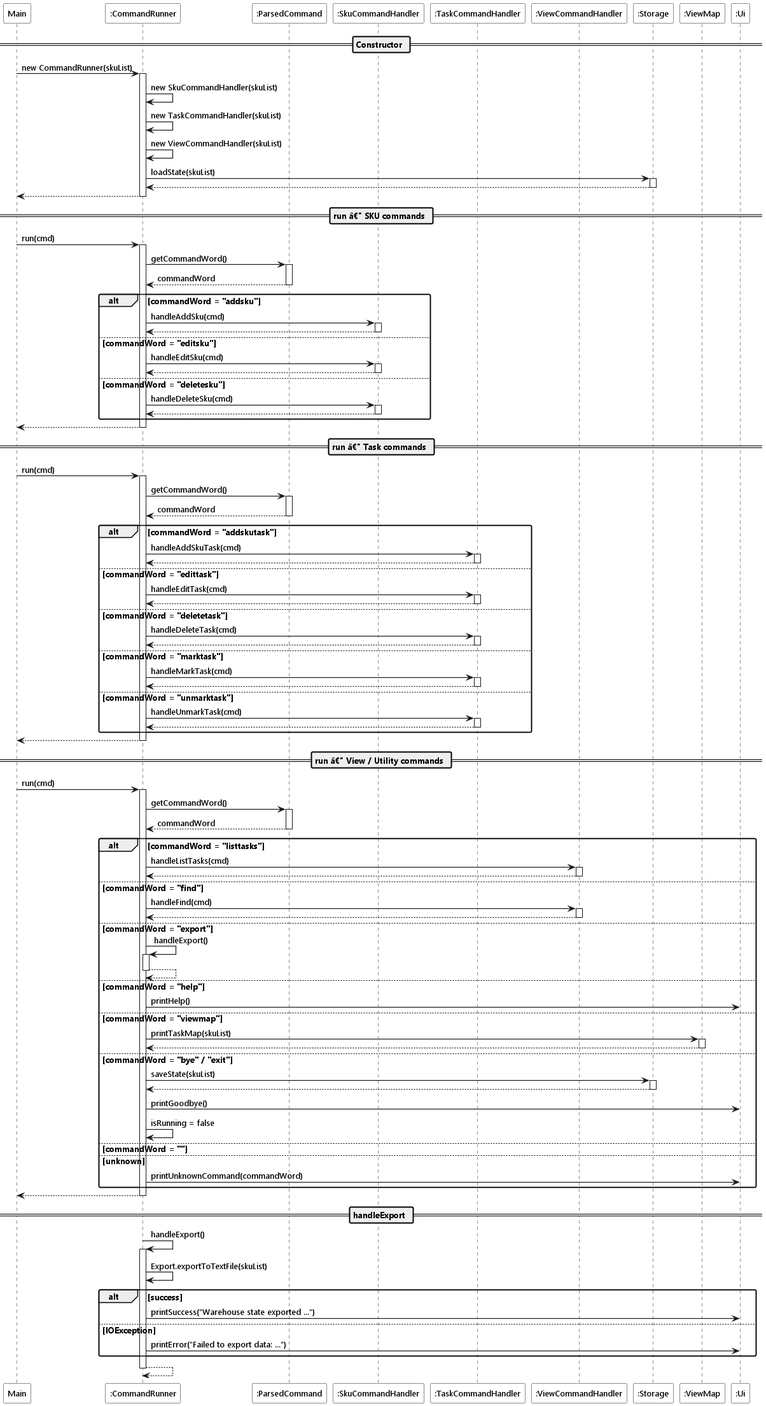
This is docs/diagrams/command/commandRunnerSequence.png from heehaw1234/tp, a PlantUML export, as it was before one commit.
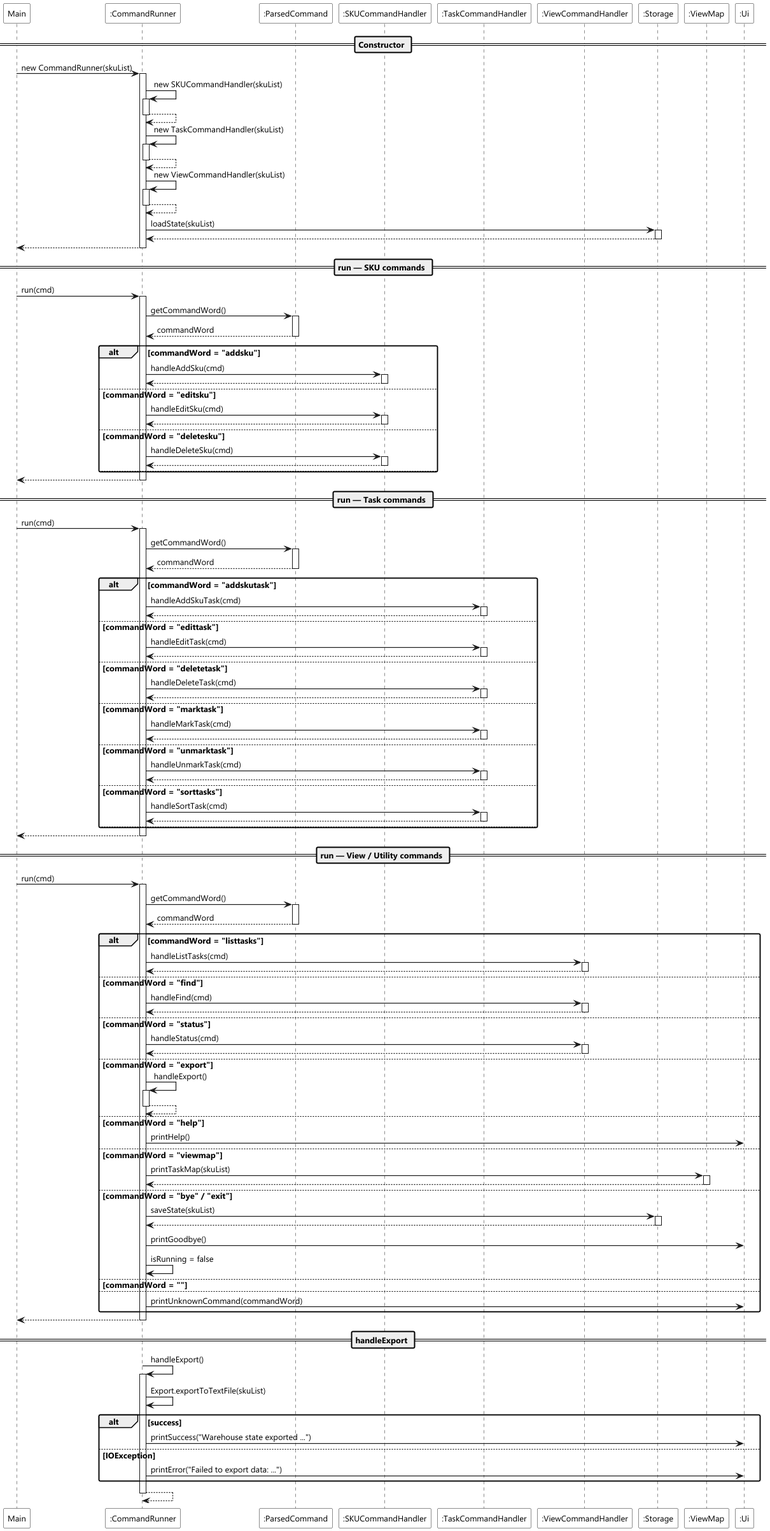
The same file after the commit.

Diff of the diagram source:
```diff
@@ -4,7 +4,7 @@
 Participant "Main" as main LOGIC_COLOR
 Participant ":CommandRunner" as runner LOGIC_COLOR
 Participant ":ParsedCommand" as cmd LOGIC_COLOR_T1
-Participant ":SkuCommandHandler" as skuHandler LOGIC_COLOR_T2
+Participant ":SKUCommandHandler" as skuHandler LOGIC_COLOR_T2
 Participant ":TaskCommandHandler" as taskHandler LOGIC_COLOR_T2
 Participant ":ViewCommandHandler" as viewHandler LOGIC_COLOR_T2
 Participant ":Storage" as storage STORAGE_COLOR
@@ -15,16 +15,19 @@
 
 main -> runner ++ : new CommandRunner(skuList)
 
-runner -> runner : new SkuCommandHandler(skuList)
-runner -> runner : new TaskCommandHandler(skuList)
-runner -> runner : new ViewCommandHandler(skuList)
+runner -> runner ++ : new SKUCommandHandler(skuList)
+return
+runner -> runner ++ : new TaskCommandHandler(skuList)
+return
+runner -> runner ++ : new ViewCommandHandler(skuList)
+return
 
 runner -> storage ++ : loadState(skuList)
 return
 
 return
 
-== run â€” SKU commands ==
+== run — SKU commands ==
 
 main -> runner ++ : run(cmd)
 
@@ -40,11 +43,12 @@
 else commandWord = "deletesku"
     runner -> skuHandler ++ : handleDeleteSku(cmd)
     return
+else
 end
 
 return
 
-== run â€” Task commands ==
+== run — Task commands ==
 
 main -> runner ++ : run(cmd)
 
@@ -66,11 +70,15 @@
 else commandWord = "unmarktask"
     runner -> taskHandler ++ : handleUnmarkTask(cmd)
     return
+else commandWord = "sorttasks"
+    runner -> taskHandler ++ : handleSortTask(cmd)
+    return
+else
 end
 
 return
 
-== run â€” View / Utility commands ==
+== run — View / Utility commands ==
 
 main -> runner ++ : run(cmd)
 
@@ -82,6 +90,9 @@
     return
 else commandWord = "find"
     runner -> viewHandler ++ : handleFind(cmd)
+    return
+else commandWord = "status"
+    runner -> viewHandler ++ : handleStatus(cmd)
     return
 else commandWord = "export"
     runner -> runner ++ : handleExport()
@@ -98,7 +109,7 @@
     runner -> runner : isRunning = false
 else commandWord = ""
     note right : no-op
-else unknown
+else
     runner -> ui : printUnknownCommand(commandWord)
 end
 
```
